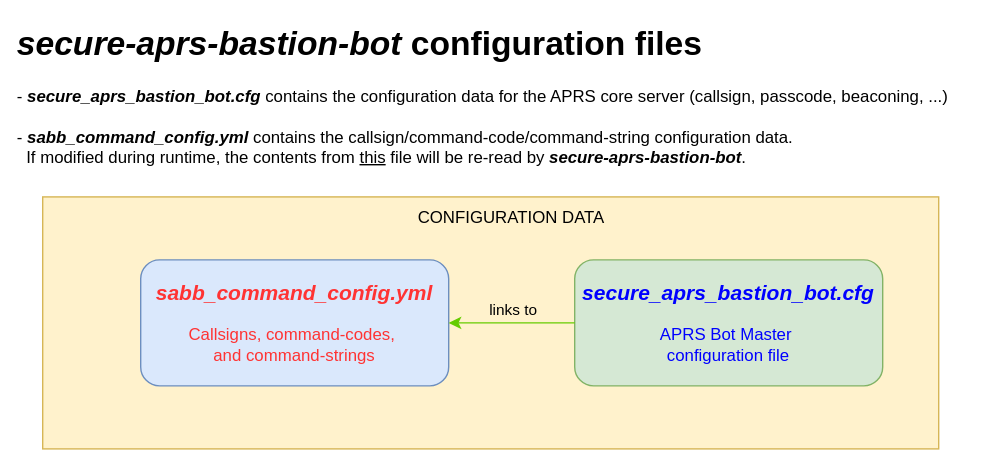
joergschultzelutter/secure-aprs-bastion-bot keeps this draw.io diagram as img/sabb_config_files.svg. Above is the earlier version. Source tidied: cells renumbered, new cells last; positions are measured from the earlier drawing's top-left corner, leaving out a move shared by most shapes.
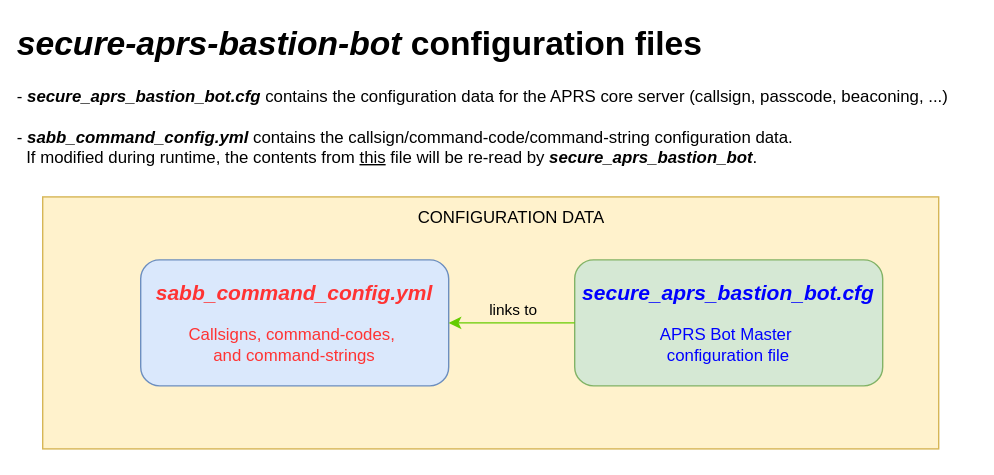
After the commit.

Commit message:
code refactoring

The edit, as a diff of the source:
```diff
@@ -2,7 +2,7 @@
   <root>
     <mxCell id="0" />
     <mxCell id="1" parent="0" />
-    <mxCell id="2" value="&lt;h1 style=&quot;margin-top: 0px;&quot;&gt;&lt;i&gt;secure-aprs-bastion-bot&lt;/i&gt; configuration files&lt;/h1&gt;&lt;div&gt;- &lt;b&gt;&lt;i&gt;secure_aprs_bastion_bot.cfg&lt;/i&gt;&lt;/b&gt; contains the configuration data for the APRS core server (callsign, passcode, beaconing, ...)&lt;/div&gt;&lt;div&gt;&lt;br&gt;&lt;/div&gt;&lt;div&gt;- &lt;b&gt;&lt;i&gt;sabb_command_config.yml&lt;/i&gt;&lt;/b&gt; contains the callsign/command-code/command-string configuration data.&amp;nbsp;&lt;/div&gt;&lt;div&gt;&amp;nbsp; If modified during runtime, the contents from &lt;u&gt;this&lt;/u&gt; file will be re-read by &lt;b&gt;&lt;i&gt;secure-aprs-bastion-bot&lt;/i&gt;&lt;/b&gt;.&lt;/div&gt;" style="text;html=1;whiteSpace=wrap;overflow=hidden;rounded=0;" parent="1" vertex="1">
+    <mxCell id="2" value="&lt;h1 style=&quot;margin-top: 0px;&quot;&gt;&lt;i&gt;secure-aprs-bastion-bot&lt;/i&gt; configuration files&lt;/h1&gt;&lt;div&gt;- &lt;b&gt;&lt;i&gt;secure_aprs_bastion_bot.cfg&lt;/i&gt;&lt;/b&gt; contains the configuration data for the APRS core server (callsign, passcode, beaconing, ...)&lt;/div&gt;&lt;div&gt;&lt;br&gt;&lt;/div&gt;&lt;div&gt;- &lt;b&gt;&lt;i&gt;sabb_command_config.yml&lt;/i&gt;&lt;/b&gt; contains the callsign/command-code/command-string configuration data.&amp;nbsp;&lt;/div&gt;&lt;div&gt;&amp;nbsp; If modified during runtime, the contents from &lt;u&gt;this&lt;/u&gt; file will be re-read by &lt;b&gt;&lt;i&gt;secure_aprs_bastion_bot&lt;/i&gt;&lt;/b&gt;.&lt;/div&gt;" style="text;html=1;whiteSpace=wrap;overflow=hidden;rounded=0;" parent="1" vertex="1">
       <mxGeometry width="690" height="120" as="geometry" />
     </mxCell>
     <mxCell id="3" style="group;" parent="1" vertex="1">
```
